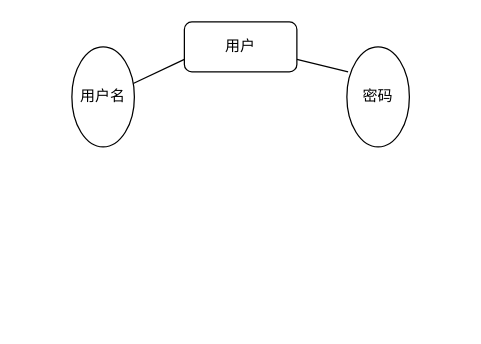
This is drawio/房间实体图.drawio from jhongxu/image-hosting, a draw.io file, before an edit. Source tidied: cells renumbered, new cells numbered last; positions are measured from the earlier drawing's top-left corner, leaving out a move shared by most shapes. Both pictures are drawn from the tidied source at 125%, with x=0, y=0 at pixel (71, 21).
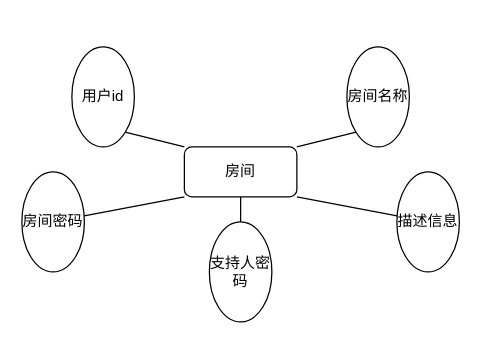
Above is the later version.

Commit message:
更新房间实体图.drawio

Diff of the diagram source:
```diff
@@
 <mxGraphModel>
   <root>
     <mxCell id="0" />
     <mxCell id="1" parent="0" />
-    <mxCell id="2" style="rounded=0;jettySize=auto;html=1;exitX=0;exitY=0.75;exitDx=0;exitDy=0;endArrow=none;endFill=0;" parent="1" edge="1" source="4" target="5">
+    <mxCell id="2" style="rounded=0;jettySize=auto;html=1;exitX=0;exitY=0;exitDx=0;exitDy=0;entryX=1;entryY=1;entryDx=0;entryDy=0;endArrow=none;endFill=0;" parent="1" edge="1" source="4" target="5">
       <mxGeometry relative="1" as="geometry" />
     </mxCell>
-    <mxCell id="3" style="edgeStyle=none;rounded=0;jettySize=auto;html=1;exitX=1;exitY=0.75;exitDx=0;exitDy=0;entryX=0.02;entryY=0.25;entryDx=0;entryDy=0;entryPerimeter=0;endArrow=none;endFill=0;" parent="1" edge="1" source="4" target="6">
+    <mxCell id="3" style="rounded=0;jettySize=auto;html=1;exitX=1;exitY=0;exitDx=0;exitDy=0;entryX=0;entryY=1;entryDx=0;entryDy=0;endArrow=none;endFill=0;" parent="1" edge="1" source="4" target="6">
       <mxGeometry relative="1" as="geometry" />
     </mxCell>
+    <mxCell id="7" style="edgeStyle=none;rounded=0;jettySize=auto;html=1;exitX=0;exitY=1;exitDx=0;exitDy=0;endArrow=none;endFill=0;" parent="1" edge="1" source="4" target="10">
+      <mxGeometry relative="1" as="geometry" />
+    </mxCell>
+    <mxCell id="8" style="edgeStyle=none;rounded=0;jettySize=auto;html=1;exitX=0.5;exitY=1;exitDx=0;exitDy=0;entryX=0.5;entryY=0;entryDx=0;entryDy=0;endArrow=none;endFill=0;" parent="1" edge="1" source="4" target="12">
+      <mxGeometry relative="1" as="geometry" />
+    </mxCell>
+    <mxCell id="9" style="edgeStyle=none;rounded=0;jettySize=auto;html=1;exitX=1;exitY=1;exitDx=0;exitDy=0;endArrow=none;endFill=0;" parent="1" edge="1" source="4" target="11">
+      <mxGeometry relative="1" as="geometry" />
+    </mxCell>
-    <mxCell id="4" value="用户" style="rounded=1;whiteSpace=wrap;html=1;" parent="1" vertex="1">
-      <mxGeometry x="90" width="90" height="40" as="geometry" />
+    <mxCell id="4" value="房间" style="rounded=1;whiteSpace=wrap;html=1;" parent="1" vertex="1">
+      <mxGeometry x="90" y="100" width="90" height="40" as="geometry" />
     </mxCell>
-    <mxCell id="5" value="用户名" style="ellipse;whiteSpace=wrap;html=1;" parent="1" vertex="1">
+    <mxCell id="5" value="用户id" style="ellipse;whiteSpace=wrap;html=1;" parent="1" vertex="1">
       <mxGeometry y="20" width="50" height="80" as="geometry" />
     </mxCell>
-    <mxCell id="6" value="密码" style="ellipse;whiteSpace=wrap;html=1;" parent="1" vertex="1">
+    <mxCell id="6" value="房间名称" style="ellipse;whiteSpace=wrap;html=1;" parent="1" vertex="1">
       <mxGeometry x="220" y="20" width="50" height="80" as="geometry" />
     </mxCell>
+    <mxCell id="10" value="房间密码" style="ellipse;whiteSpace=wrap;html=1;" parent="1" vertex="1">
+      <mxGeometry x="-40" y="120" width="50" height="80" as="geometry" />
+    </mxCell>
+    <mxCell id="11" value="描述信息" style="ellipse;whiteSpace=wrap;html=1;" parent="1" vertex="1">
+      <mxGeometry x="260" y="120" width="50" height="80" as="geometry" />
+    </mxCell>
+    <mxCell id="12" value="支持人密码" style="ellipse;whiteSpace=wrap;html=1;" parent="1" vertex="1">
+      <mxGeometry x="110" y="160" width="50" height="80" as="geometry" />
+    </mxCell>
   </root>
 </mxGraphModel>
```
